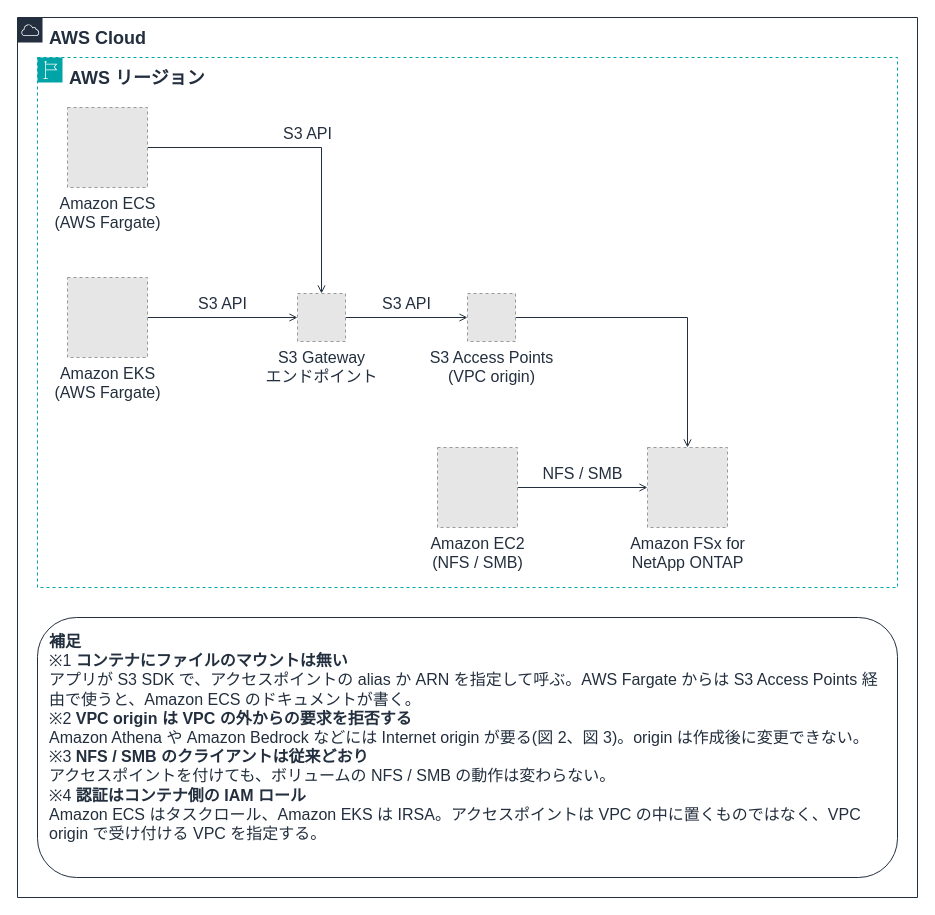
This is docs/_assets/diagrams/s3ap-container-overview.drawio from Yoshiki0705/FSx-for-ONTAP-Container-Datastore-Patterns, a draw.io file, before an edit. Source tidied: cells renumbered, new cells numbered last; positions are measured from the earlier drawing's top-left corner, leaving out a move shared by most shapes. Both pictures are drawn from the tidied source at 100%, with x=0, y=0 at pixel (17, 17). Pictures stored in the file or linked from it are replaced by grey dashed boxes.
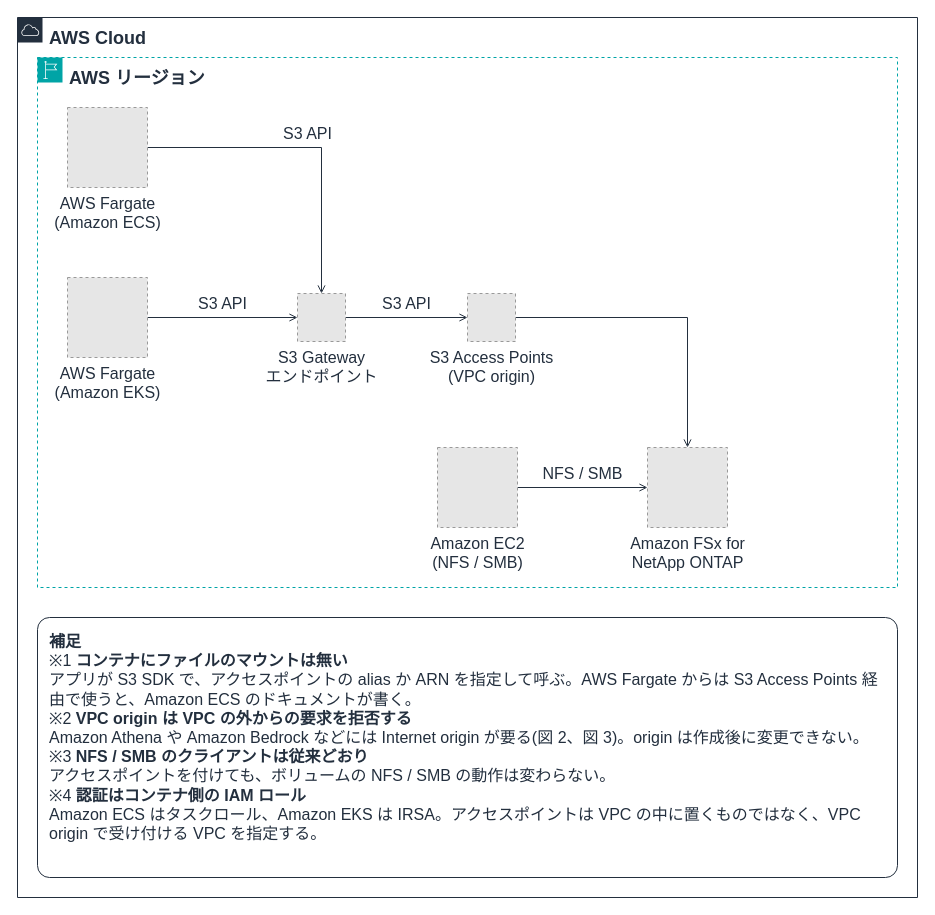
After the change.

Diff of the diagram source:
```diff
@@
 <mxGraphModel background="#FFFFFF">
   <root>
     <mxCell id="0" />
     <mxCell id="1" parent="0" />
     <mxCell id="2" value="S3 API" style="edgeStyle=orthogonalEdgeStyle;rounded=0;html=1;endArrow=open;endFill=0;strokeColor=#232F3E;strokeWidth=1;fontSize=16;fontColor=#232F3E;labelBackgroundColor=#FFFFFF;exitX=1.0;exitY=0.5;exitDx=0;exitDy=0;entryX=0.5;entryY=0.0;entryDx=0;entryDy=0;" parent="1" edge="1" source="10" target="12">
       <mxGeometry relative="1" as="geometry">
         <mxPoint y="-14" as="offset" />
       </mxGeometry>
     </mxCell>
     <mxCell id="3" value="S3 API" style="edgeStyle=orthogonalEdgeStyle;rounded=0;html=1;endArrow=open;endFill=0;strokeColor=#232F3E;strokeWidth=1;fontSize=16;fontColor=#232F3E;labelBackgroundColor=#FFFFFF;exitX=1.0;exitY=0.5;exitDx=0;exitDy=0;entryX=0.0;entryY=0.5;entryDx=0;entryDy=0;" parent="1" edge="1" source="11" target="12">
       <mxGeometry relative="1" as="geometry">
         <mxPoint y="-14" as="offset" />
       </mxGeometry>
     </mxCell>
     <mxCell id="4" value="S3 API" style="edgeStyle=orthogonalEdgeStyle;rounded=0;html=1;endArrow=open;endFill=0;strokeColor=#232F3E;strokeWidth=1;fontSize=16;fontColor=#232F3E;labelBackgroundColor=#FFFFFF;exitX=1.0;exitY=0.5;exitDx=0;exitDy=0;entryX=0.0;entryY=0.5;entryDx=0;entryDy=0;" parent="1" edge="1" source="12" target="13">
       <mxGeometry relative="1" as="geometry">
         <mxPoint y="-14" as="offset" />
       </mxGeometry>
     </mxCell>
     <mxCell id="5" style="edgeStyle=orthogonalEdgeStyle;rounded=0;html=1;endArrow=open;endFill=0;strokeColor=#232F3E;strokeWidth=1;fontSize=16;fontColor=#232F3E;labelBackgroundColor=#FFFFFF;exitX=1.0;exitY=0.5;exitDx=0;exitDy=0;entryX=0.5;entryY=0.0;entryDx=0;entryDy=0;" parent="1" edge="1" source="13" target="14">
       <mxGeometry relative="1" as="geometry" />
     </mxCell>
     <mxCell id="6" value="NFS / SMB" style="edgeStyle=orthogonalEdgeStyle;rounded=0;html=1;endArrow=open;endFill=0;strokeColor=#232F3E;strokeWidth=1;fontSize=16;fontColor=#232F3E;labelBackgroundColor=#FFFFFF;exitX=1.0;exitY=0.5;exitDx=0;exitDy=0;entryX=0.0;entryY=0.5;entryDx=0;entryDy=0;" parent="1" edge="1" source="15" target="14">
       <mxGeometry relative="1" as="geometry">
         <mxPoint y="-14" as="offset" />
       </mxGeometry>
     </mxCell>
     <mxCell id="7" value="AWS Cloud" style="gradientColor=none;html=1;whiteSpace=wrap;fontSize=18;fontStyle=1;fontColor=#232F3E;shape=mxgraph.aws4.group;grIcon=mxgraph.aws4.group_aws_cloud;strokeColor=#232F3E;fillColor=none;verticalAlign=top;align=left;spacingLeft=30;spacingTop=4;dashed=0;labelBackgroundColor=#FFFFFF;" parent="1" vertex="1">
       <mxGeometry width="900" height="880" as="geometry" />
     </mxCell>
     <mxCell id="8" value="AWS リージョン" style="gradientColor=none;html=1;whiteSpace=wrap;fontSize=18;fontStyle=1;fontColor=#232F3E;shape=mxgraph.aws4.group;grIcon=mxgraph.aws4.group_region;strokeColor=#00A4A6;fillColor=none;verticalAlign=top;align=left;spacingLeft=30;spacingTop=4;dashed=1;labelBackgroundColor=#FFFFFF;" parent="1" vertex="1">
       <mxGeometry x="20" y="40" width="860" height="530" as="geometry" />
     </mxCell>
-    <mxCell id="9" value="&lt;b&gt;補足&lt;/b&gt;&lt;br&gt;※1 &lt;b&gt;コンテナにファイルのマウントは無い&lt;/b&gt;&lt;br&gt;アプリが S3 SDK で、アクセスポイントの alias か ARN を指定して呼ぶ。AWS Fargate からは S3 Access Points 経由で使うと、Amazon ECS のドキュメントが書く。&lt;br&gt;※2 &lt;b&gt;VPC origin は VPC の外からの要求を拒否する&lt;/b&gt;&lt;br&gt;Amazon Athena や Amazon Bedrock などには Internet origin が要る(図 2、図 3)。origin は作成後に変更できない。&lt;br&gt;※3 &lt;b&gt;NFS / SMB のクライアントは従来どおり&lt;/b&gt;&lt;br&gt;アクセスポイントを付けても、ボリュームの NFS / SMB の動作は変わらない。&lt;br&gt;※4 &lt;b&gt;認証はコンテナ側の IAM ロール&lt;/b&gt;&lt;br&gt;Amazon ECS はタスクロール、Amazon EKS は IRSA。アクセスポイントは VPC の中に置くものではなく、VPC origin で受け付ける VPC を指定する。" style="rounded=1;whiteSpace=wrap;html=1;strokeColor=#232F3E;fillColor=none;fontColor=#232F3E;fontSize=16;verticalAlign=top;align=left;spacingLeft=10;spacingRight=10;spacingTop=8;" parent="1" vertex="1">
+    <mxCell id="9" value="&lt;b&gt;補足&lt;/b&gt;&lt;br&gt;※1 &lt;b&gt;コンテナにファイルのマウントは無い&lt;/b&gt;&lt;br&gt;アプリが S3 SDK で、アクセスポイントの alias か ARN を指定して呼ぶ。AWS Fargate からは S3 Access Points 経由で使うと、Amazon ECS のドキュメントが書く。&lt;br&gt;※2 &lt;b&gt;VPC origin は VPC の外からの要求を拒否する&lt;/b&gt;&lt;br&gt;Amazon Athena や Amazon Bedrock などには Internet origin が要る(図 2、図 3)。origin は作成後に変更できない。&lt;br&gt;※3 &lt;b&gt;NFS / SMB のクライアントは従来どおり&lt;/b&gt;&lt;br&gt;アクセスポイントを付けても、ボリュームの NFS / SMB の動作は変わらない。&lt;br&gt;※4 &lt;b&gt;認証はコンテナ側の IAM ロール&lt;/b&gt;&lt;br&gt;Amazon ECS はタスクロール、Amazon EKS は IRSA。アクセスポイントは VPC の中に置くものではなく、VPC origin で受け付ける VPC を指定する。" style="rounded=1;absoluteArcSize=1;arcSize=24;whiteSpace=wrap;html=1;strokeColor=#232F3E;fillColor=none;fontColor=#232F3E;fontSize=16;verticalAlign=top;align=left;spacingLeft=10;spacingRight=10;spacingTop=8;" parent="1" vertex="1">
       <mxGeometry x="20" y="600" width="860" height="260" as="geometry" />
     </mxCell>
-    <mxCell id="10" value="Amazon ECS&lt;br&gt;(AWS Fargate)" style="fillColor=#E6E6E6;strokeColor=#999999;dashed=1;html=1;verticalLabelPosition=bottom;verticalAlign=top;labelPosition=center;align=center;fontSize=16;fontColor=#232F3E;" parent="1" vertex="1">
+    <mxCell id="10" value="AWS Fargate&lt;br&gt;(Amazon ECS)" style="fillColor=#E6E6E6;strokeColor=#999999;dashed=1;html=1;verticalLabelPosition=bottom;verticalAlign=top;labelPosition=center;align=center;fontSize=16;fontColor=#232F3E;" parent="1" vertex="1">
       <mxGeometry x="50" y="90" width="80" height="80" as="geometry" />
     </mxCell>
-    <mxCell id="11" value="Amazon EKS&lt;br&gt;(AWS Fargate)" style="fillColor=#E6E6E6;strokeColor=#999999;dashed=1;html=1;verticalLabelPosition=bottom;verticalAlign=top;labelPosition=center;align=center;fontSize=16;fontColor=#232F3E;" parent="1" vertex="1">
+    <mxCell id="11" value="AWS Fargate&lt;br&gt;(Amazon EKS)" style="fillColor=#E6E6E6;strokeColor=#999999;dashed=1;html=1;verticalLabelPosition=bottom;verticalAlign=top;labelPosition=center;align=center;fontSize=16;fontColor=#232F3E;" parent="1" vertex="1">
       <mxGeometry x="50" y="260" width="80" height="80" as="geometry" />
     </mxCell>
     <mxCell id="12" value="S3 Gateway&lt;br&gt;エンドポイント" style="fillColor=#E6E6E6;strokeColor=#999999;dashed=1;html=1;verticalLabelPosition=bottom;verticalAlign=top;labelPosition=center;align=center;fontSize=16;fontColor=#232F3E;" parent="1" vertex="1">
       <mxGeometry x="280" y="276" width="48" height="48" as="geometry" />
     </mxCell>
     <mxCell id="13" value="S3 Access Points&lt;br&gt;(VPC origin)" style="fillColor=#E6E6E6;strokeColor=#999999;dashed=1;html=1;verticalLabelPosition=bottom;verticalAlign=top;labelPosition=center;align=center;fontSize=16;fontColor=#232F3E;" parent="1" vertex="1">
       <mxGeometry x="450" y="276" width="48" height="48" as="geometry" />
     </mxCell>
     <mxCell id="14" value="Amazon FSx for&lt;br&gt;NetApp ONTAP" style="fillColor=#E6E6E6;strokeColor=#999999;dashed=1;html=1;verticalLabelPosition=bottom;verticalAlign=top;labelPosition=center;align=center;fontSize=16;fontColor=#232F3E;" parent="1" vertex="1">
       <mxGeometry x="630" y="430" width="80" height="80" as="geometry" />
     </mxCell>
     <mxCell id="15" value="Amazon EC2&lt;br&gt;(NFS / SMB)" style="fillColor=#E6E6E6;strokeColor=#999999;dashed=1;html=1;verticalLabelPosition=bottom;verticalAlign=top;labelPosition=center;align=center;fontSize=16;fontColor=#232F3E;" parent="1" vertex="1">
       <mxGeometry x="420" y="430" width="80" height="80" as="geometry" />
     </mxCell>
   </root>
 </mxGraphModel>
```
